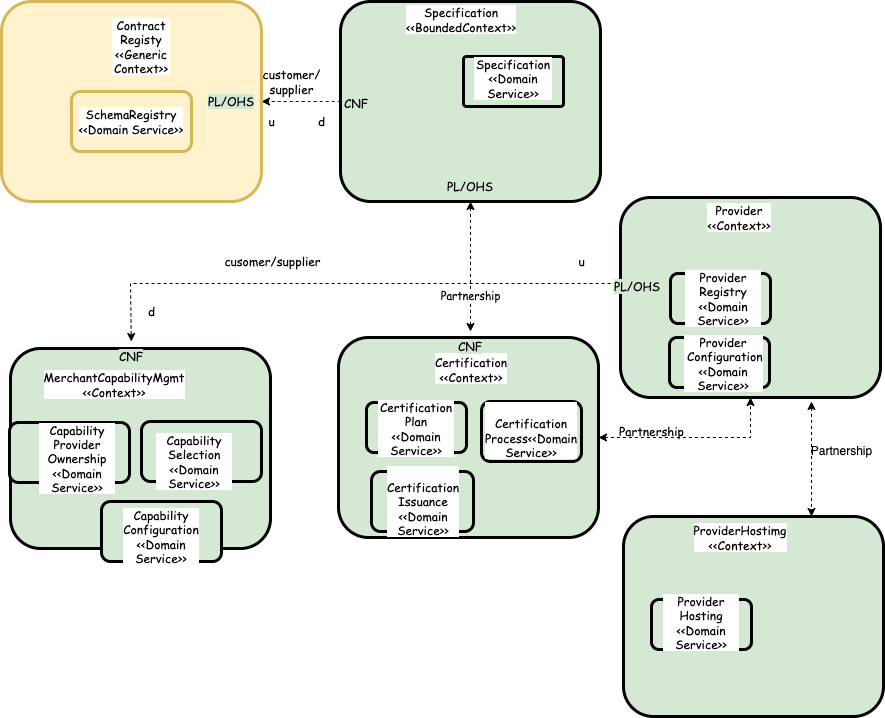
The draw.io diagram Hubble-Project-Notes/images/02-hubble-context.png in cb-manick/hubble, before a commit. Source tidied: cells renumbered, new cells last; positions are measured from the earlier drawing's top-left corner, leaving out a move shared by most shapes.
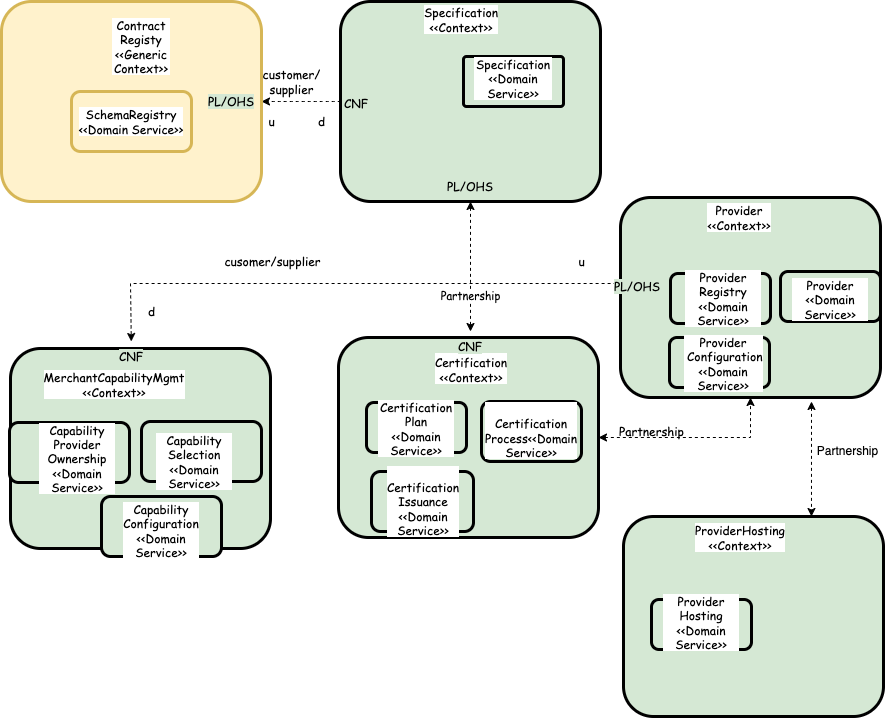
Later version of the same file.

Diff of the diagram source:
```diff
@@ -17,7 +17,7 @@
     <mxCell id="6" value="&lt;span style=&quot;color: rgba(0 , 0 , 0 , 0) ; font-family: monospace ; font-size: 0px ; background-color: rgb(248 , 249 , 250)&quot;&gt;Spe&lt;/span&gt;" style="html=1;dashed=0;whitespace=wrap;rounded=1;labelBackgroundColor=#ffffff;fontFamily=Comic Sans MS;fontColor=#000000;strokeColor=#000000;strokeWidth=3;fillColor=#D5E8D4;arcSize=6;" parent="1" vertex="1">
       <mxGeometry x="462" y="55" width="100" height="50" as="geometry" />
     </mxCell>
-    <mxCell id="7" value="Specification&lt;br&gt;&amp;lt;&amp;lt;BoundedContext&amp;gt;&amp;gt;" style="text;html=1;strokeColor=none;fillColor=none;align=center;verticalAlign=middle;whiteSpace=wrap;rounded=0;dashed=1;labelBackgroundColor=#ffffff;fontFamily=Comic Sans MS;fontColor=#000000;" parent="1" vertex="1">
+    <mxCell id="7" value="Specification&lt;br&gt;&amp;lt;&amp;lt;Context&amp;gt;&amp;gt;" style="text;html=1;strokeColor=none;fillColor=none;align=center;verticalAlign=middle;whiteSpace=wrap;rounded=0;dashed=1;labelBackgroundColor=#ffffff;fontFamily=Comic Sans MS;fontColor=#000000;" parent="1" vertex="1">
       <mxGeometry x="430" y="3" width="60" height="30" as="geometry" />
     </mxCell>
     <mxCell id="8" value="Specification&lt;br&gt;&amp;lt;&amp;lt;Domain Service&amp;gt;&amp;gt;&lt;br&gt;" style="text;html=1;strokeColor=none;fillColor=none;align=center;verticalAlign=middle;whiteSpace=wrap;rounded=0;dashed=1;labelBackgroundColor=#ffffff;fontFamily=Comic Sans MS;fontColor=#000000;" parent="1" vertex="1">
@@ -162,16 +162,22 @@
       <mxGeometry x="661" y="606" width="78" height="30" as="geometry" />
     </mxCell>
     <mxCell id="53" style="rounded=1;whiteSpace=wrap;html=1;fontFamily=Comic Sans MS;strokeColor=#000000;strokeWidth=3;fillColor=#D5E8D4;" parent="1" vertex="1">
-      <mxGeometry x="100" y="500" width="120" height="60" as="geometry" />
+      <mxGeometry x="100" y="495" width="120" height="60" as="geometry" />
     </mxCell>
     <mxCell id="54" value="Capability&lt;br&gt;Configuration&lt;br&gt;&amp;lt;&amp;lt;Domain Service&amp;gt;&amp;gt;" style="text;html=1;strokeColor=none;fillColor=none;align=center;verticalAlign=middle;whiteSpace=wrap;rounded=0;dashed=1;labelBackgroundColor=#ffffff;fontFamily=Comic Sans MS;fontColor=#000000;" parent="1" vertex="1">
-      <mxGeometry x="121" y="520" width="78" height="30" as="geometry" />
+      <mxGeometry x="121" y="514" width="78" height="30" as="geometry" />
     </mxCell>
     <mxCell id="55" value="Partnership" style="text;html=1;align=center;verticalAlign=middle;strokeColor=none;fillColor=none;" parent="1" vertex="1">
-      <mxGeometry x="800" y="440" width="80" height="20" as="geometry" />
+      <mxGeometry x="806" y="440" width="80" height="20" as="geometry" />
     </mxCell>
-    <mxCell id="56" value="ProviderHostimg&lt;br&gt;&amp;lt;&amp;lt;Context&amp;gt;&amp;gt;" style="text;html=1;strokeColor=none;fillColor=none;align=center;verticalAlign=middle;whiteSpace=wrap;rounded=0;dashed=1;labelBackgroundColor=#ffffff;fontFamily=Comic Sans MS;fontColor=#000000;" parent="1" vertex="1">
+    <mxCell id="56" value="ProviderHosting&lt;br&gt;&amp;lt;&amp;lt;Context&amp;gt;&amp;gt;" style="text;html=1;strokeColor=none;fillColor=none;align=center;verticalAlign=middle;whiteSpace=wrap;rounded=0;dashed=1;labelBackgroundColor=#ffffff;fontFamily=Comic Sans MS;fontColor=#000000;" parent="1" vertex="1">
       <mxGeometry x="709" y="521" width="60" height="30" as="geometry" />
     </mxCell>
+    <mxCell id="57" value="&lt;span style=&quot;color: rgba(0 , 0 , 0 , 0) ; font-family: monospace ; font-size: 0px ; background-color: rgb(248 , 249 , 250)&quot;&gt;Spe&lt;/span&gt;" style="html=1;dashed=0;whitespace=wrap;rounded=1;labelBackgroundColor=#ffffff;fontFamily=Comic Sans MS;fontColor=#000000;strokeColor=#000000;strokeWidth=3;fillColor=#D5E8D4;" parent="1" vertex="1">
+      <mxGeometry x="779" y="270" width="100" height="50" as="geometry" />
+    </mxCell>
+    <mxCell id="58" value="Provider&lt;br&gt;&amp;lt;&amp;lt;Domain Service&amp;gt;&amp;gt;" style="text;html=1;strokeColor=none;fillColor=none;align=center;verticalAlign=middle;whiteSpace=wrap;rounded=0;dashed=1;labelBackgroundColor=#ffffff;fontFamily=Comic Sans MS;fontColor=#000000;" parent="1" vertex="1">
+      <mxGeometry x="790" y="259" width="78" height="77" as="geometry" />
+    </mxCell>
   </root>
 </mxGraphModel>
```
